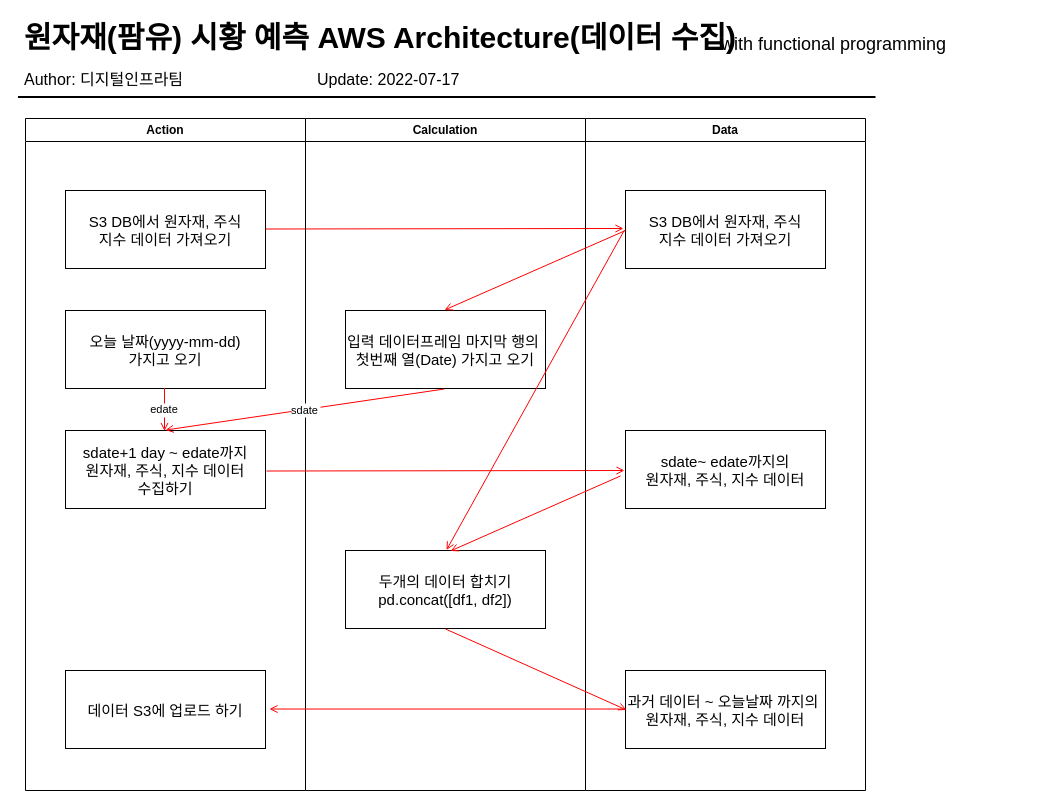
Before: Data Extraction.drawio in gwangjinjeong/System-Diagram, a draw.io diagram. Source tidied: cells renumbered, new cells numbered last; positions are measured from the earlier drawing's top-left corner, leaving out a move shared by most shapes. Both pictures are drawn from the tidied source at 100%, with x=0, y=0 at pixel (17, 16).
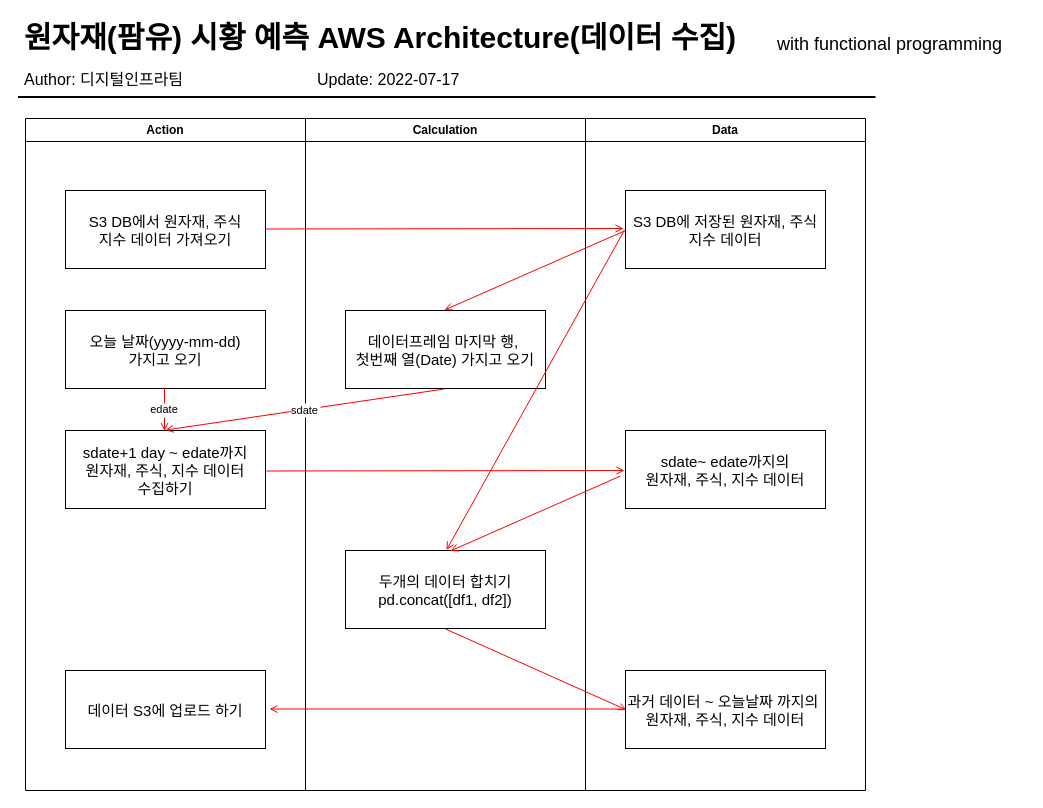
The same diagram, later.

The change refers to these unchanged cells:
```xml
<mxCell id="9" value="Calculation" style="swimlane;whiteSpace=wrap;" parent="1" vertex="1">
  <mxGeometry x="288" y="102" width="280" height="672" as="geometry" />
</mxCell>
<mxCell id="13" value="Data" style="swimlane;whiteSpace=wrap;" parent="1" vertex="1">
  <mxGeometry x="568" y="102" width="280" height="672" as="geometry" />
</mxCell>
```

Diff of the diagram source:
```diff
@@
-    <mxCell id="10" value="입력 데이터프레임 마지막 행의 &#10;첫번째 열(Date) 가지고 오기" style="fontSize=15;" parent="9" vertex="1">
+    <mxCell id="10" value="데이터프레임 마지막 행, &#10;첫번째 열(Date) 가지고 오기" style="fontSize=15;" parent="9" vertex="1">
       <mxGeometry x="40" y="192" width="200" height="78" as="geometry" />
     </mxCell>
@@
-    <mxCell id="14" value="S3 DB에서 원자재, 주식&#10;지수 데이터 가져오기" style="fontSize=15;" parent="13" vertex="1">
+    <mxCell id="14" value="S3 DB에 저장된 원자재, 주식&#10;지수 데이터" style="fontSize=15;" parent="13" vertex="1">
       <mxGeometry x="40" y="72" width="200" height="78" as="geometry" />
     </mxCell>
@@
     <mxCell id="27" value="&lt;span style=&quot;font-weight: normal;&quot;&gt;&lt;font style=&quot;font-size: 18px;&quot;&gt;with functional programming&lt;/font&gt;&lt;/span&gt;" style="text;html=1;align=left;verticalAlign=top;spacingTop=-4;fontSize=21;fontStyle=1;labelBackgroundColor=none;" parent="1" vertex="1">
-      <mxGeometry x="702" y="10.5" width="250" height="30" as="geometry" />
+      <mxGeometry x="758" y="10.5" width="250" height="30" as="geometry" />
     </mxCell>
```
